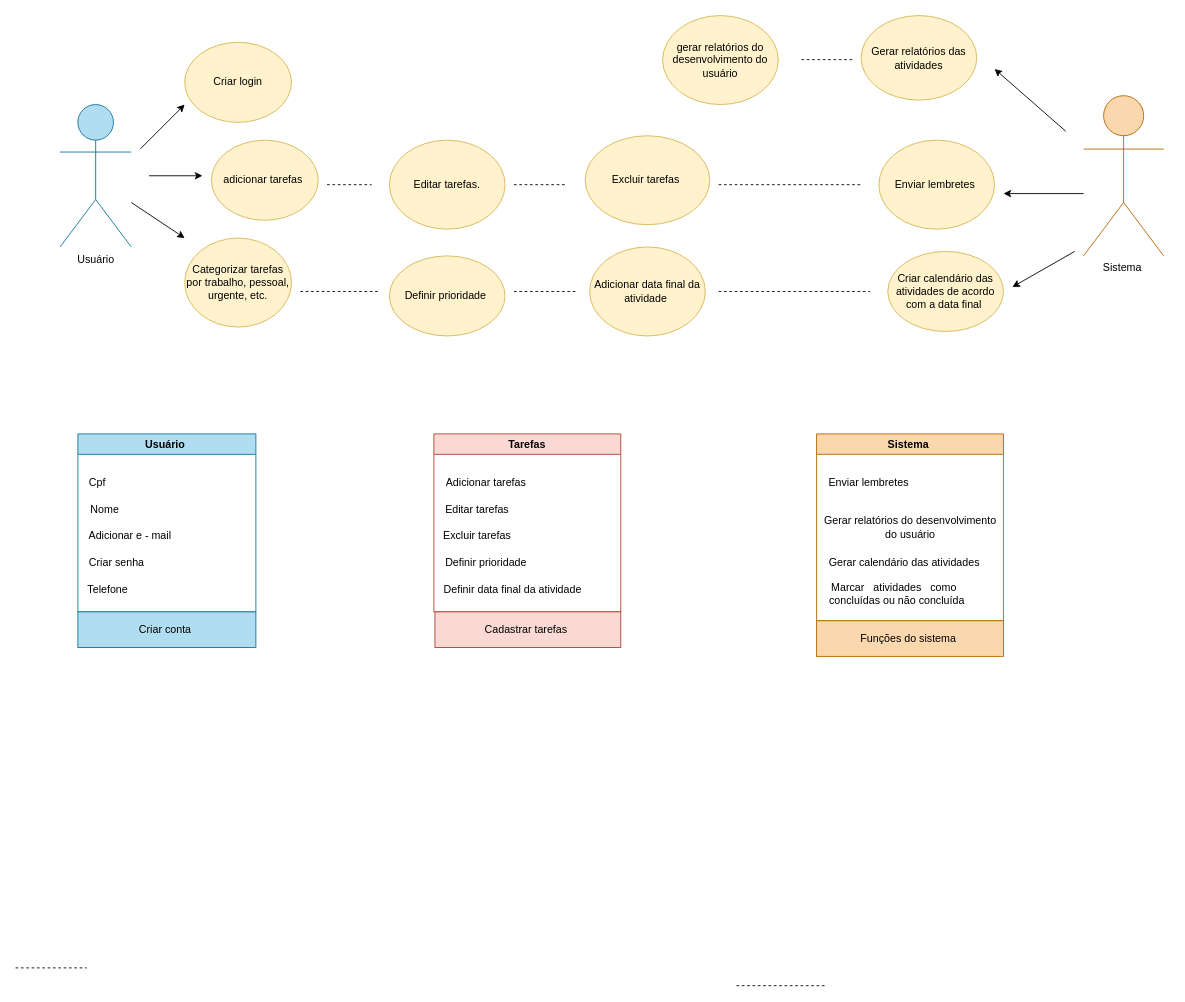
This is page "Página-4" (4 of 12) of Diagrama aula.drawio from maysa158/diagramasderequisitos, a draw.io file, before an edit. Source tidied: cells renumbered, new cells numbered last; positions are measured from the earlier drawing's top-left corner, leaving out a move shared by most shapes. Both pictures are drawn from the tidied source at 89%, with x=0, y=0 at pixel (15, 15).
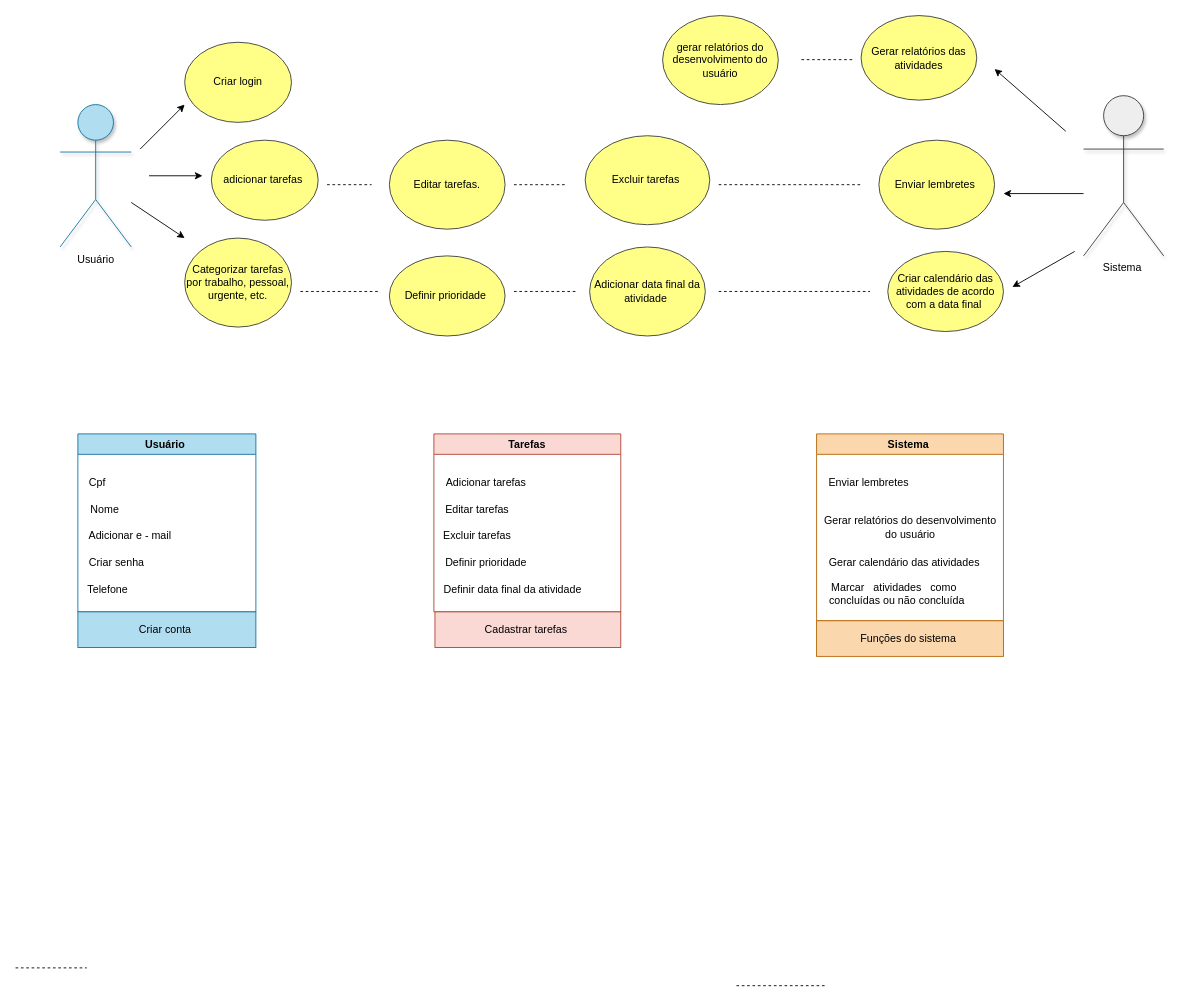
The same diagram, later.

What changed in the source:
```diff
@@
-    <mxCell id="2" value="Usuário" style="shape=umlActor;verticalLabelPosition=bottom;verticalAlign=top;html=1;fillColor=#b1ddf0;strokeColor=#10739e;" parent="1" vertex="1">
+    <mxCell id="2" value="Usuário" style="shape=umlActor;verticalLabelPosition=bottom;verticalAlign=top;html=1;fillColor=#b1ddf0;strokeColor=#10739e;shadow=1;" parent="1" vertex="1">
       <mxGeometry x="50" y="100" width="80" height="160" as="geometry" />
     </mxCell>
@@
-    <mxCell id="6" value="adicionar tarefas&amp;nbsp;" style="ellipse;whiteSpace=wrap;html=1;fillColor=#fff2cc;strokeColor=#d6b656;" parent="1" vertex="1">
+    <mxCell id="6" value="adicionar tarefas&amp;nbsp;" style="ellipse;whiteSpace=wrap;html=1;fillColor=#ffff88;strokeColor=#36393d;" parent="1" vertex="1">
       <mxGeometry x="220" y="140" width="120" height="90" as="geometry" />
     </mxCell>
-    <mxCell id="7" value="Criar login" style="ellipse;whiteSpace=wrap;html=1;fillColor=#fff2cc;strokeColor=#d6b656;" parent="1" vertex="1">
+    <mxCell id="7" value="Criar login" style="ellipse;whiteSpace=wrap;html=1;fillColor=#ffff88;strokeColor=#36393d;" parent="1" vertex="1">
       <mxGeometry x="190" y="30" width="120" height="90" as="geometry" />
     </mxCell>
-    <mxCell id="8" value="Categorizar tarefas por trabalho, pessoal, urgente, etc." style="ellipse;whiteSpace=wrap;html=1;fillColor=#fff2cc;strokeColor=#d6b656;" parent="1" vertex="1">
+    <mxCell id="8" value="Categorizar tarefas por trabalho, pessoal, urgente, etc." style="ellipse;whiteSpace=wrap;html=1;fillColor=#ffff88;strokeColor=#36393d;" parent="1" vertex="1">
       <mxGeometry x="190" y="250" width="120" height="100" as="geometry" />
     </mxCell>
-    <mxCell id="9" value="Editar tarefas." style="ellipse;whiteSpace=wrap;html=1;fillColor=#fff2cc;strokeColor=#d6b656;" parent="1" vertex="1">
+    <mxCell id="9" value="Editar tarefas." style="ellipse;whiteSpace=wrap;html=1;fillColor=#ffff88;strokeColor=#36393d;" parent="1" vertex="1">
       <mxGeometry x="420" y="140" width="130" height="100" as="geometry" />
     </mxCell>
-    <mxCell id="10" value="Excluir tarefas&amp;nbsp;" style="ellipse;whiteSpace=wrap;html=1;fillColor=#fff2cc;strokeColor=#d6b656;" parent="1" vertex="1">
+    <mxCell id="10" value="Excluir tarefas&amp;nbsp;" style="ellipse;whiteSpace=wrap;html=1;fillColor=#ffff88;strokeColor=#36393d;" parent="1" vertex="1">
       <mxGeometry x="640" y="135" width="140" height="100" as="geometry" />
     </mxCell>
@@
-    <mxCell id="14" value="Adicionar data final da atividade&amp;nbsp;" style="ellipse;whiteSpace=wrap;html=1;fillColor=#fff2cc;strokeColor=#d6b656;" parent="1" vertex="1">
+    <mxCell id="14" value="Adicionar data final da atividade&amp;nbsp;" style="ellipse;whiteSpace=wrap;html=1;fillColor=#ffff88;strokeColor=#36393d;" parent="1" vertex="1">
       <mxGeometry x="645" y="260" width="130" height="100" as="geometry" />
     </mxCell>
@@
-    <mxCell id="16" value="Definir prioridade&amp;nbsp;" style="ellipse;whiteSpace=wrap;html=1;fillColor=#fff2cc;strokeColor=#d6b656;" parent="1" vertex="1">
+    <mxCell id="16" value="Definir prioridade&amp;nbsp;" style="ellipse;whiteSpace=wrap;html=1;fillColor=#ffff88;strokeColor=#36393d;" parent="1" vertex="1">
       <mxGeometry x="420" y="270" width="130" height="90" as="geometry" />
     </mxCell>
-    <mxCell id="17" value="Sistema&amp;nbsp;" style="shape=umlActor;verticalLabelPosition=bottom;verticalAlign=top;html=1;fillColor=#fad7ac;strokeColor=#b46504;" parent="1" vertex="1">
+    <mxCell id="17" value="Sistema&amp;nbsp;" style="shape=umlActor;verticalLabelPosition=bottom;verticalAlign=top;html=1;fillColor=#eeeeee;strokeColor=#36393d;shadow=1;" parent="1" vertex="1">
       <mxGeometry x="1200" y="90" width="90" height="180" as="geometry" />
     </mxCell>
@@
-    <mxCell id="22" value="Gerar relatórios das atividades" style="ellipse;whiteSpace=wrap;html=1;fillColor=#fff2cc;strokeColor=#d6b656;" parent="1" vertex="1">
+    <mxCell id="22" value="Gerar relatórios das atividades" style="ellipse;whiteSpace=wrap;html=1;fillColor=#ffff88;strokeColor=#36393d;" parent="1" vertex="1">
       <mxGeometry x="950" width="130" height="95" as="geometry" />
     </mxCell>
-    <mxCell id="23" value="Criar calendário das atividades de acordo com a data final&amp;nbsp;" style="ellipse;whiteSpace=wrap;html=1;fillColor=#fff2cc;strokeColor=#d6b656;" parent="1" vertex="1">
+    <mxCell id="23" value="Criar calendário das atividades de acordo com a data final&amp;nbsp;" style="ellipse;whiteSpace=wrap;html=1;fillColor=#ffff88;strokeColor=#36393d;" parent="1" vertex="1">
       <mxGeometry x="980" y="265" width="130" height="90" as="geometry" />
     </mxCell>
-    <mxCell id="24" value="Enviar lembretes&amp;nbsp;" style="ellipse;whiteSpace=wrap;html=1;fillColor=#fff2cc;strokeColor=#d6b656;" parent="1" vertex="1">
+    <mxCell id="24" value="Enviar lembretes&amp;nbsp;" style="ellipse;whiteSpace=wrap;html=1;fillColor=#ffff88;strokeColor=#36393d;" parent="1" vertex="1">
       <mxGeometry x="970" y="140" width="130" height="100" as="geometry" />
     </mxCell>
@@
-    <mxCell id="28" value="gerar relatórios do desenvolvimento do usuário" style="ellipse;whiteSpace=wrap;html=1;fillColor=#fff2cc;strokeColor=#d6b656;" parent="1" vertex="1">
+    <mxCell id="28" value="gerar relatórios do desenvolvimento do usuário" style="ellipse;whiteSpace=wrap;html=1;fillColor=#ffff88;strokeColor=#36393d;" parent="1" vertex="1">
       <mxGeometry x="727" width="130" height="100" as="geometry" />
     </mxCell>
```
